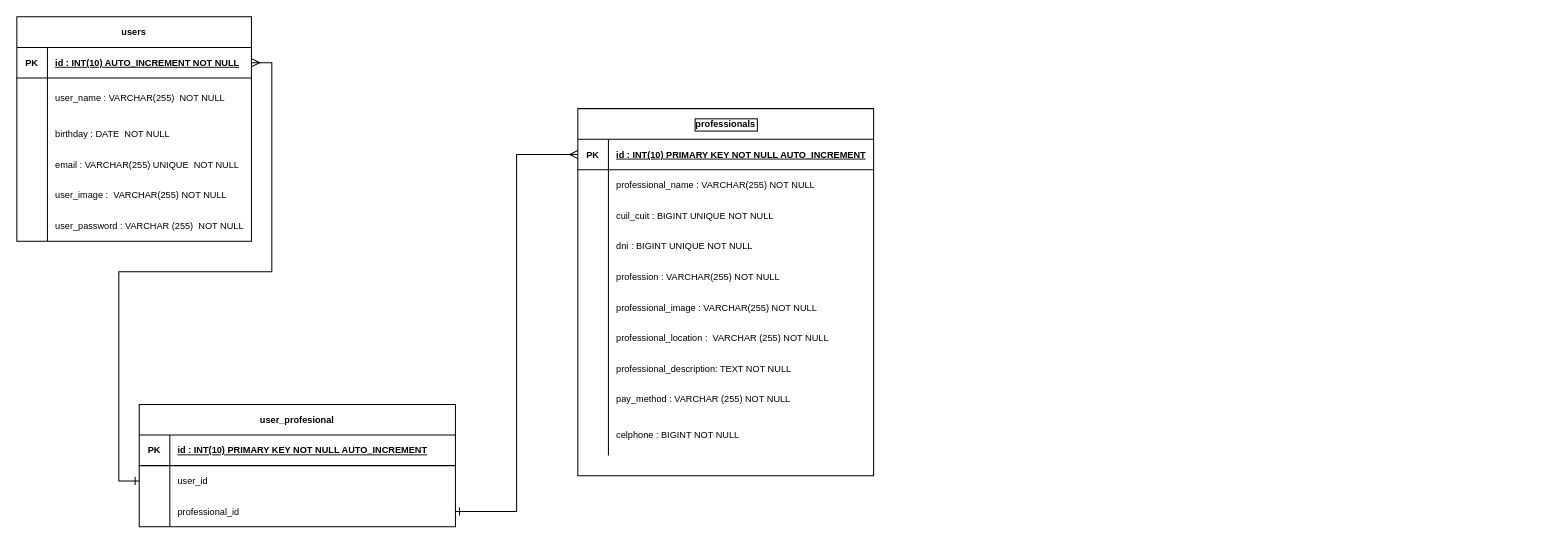
This is diagrama.drawio from 0621CDFSNCN12LAED/grupo-11, a draw.io file, before an edit. Source tidied: cells renumbered, new cells numbered last; positions are measured from the earlier drawing's top-left corner, leaving out a move shared by most shapes. Both pictures are drawn from the tidied source at 102%, with x=0, y=0 at pixel (16, 16).
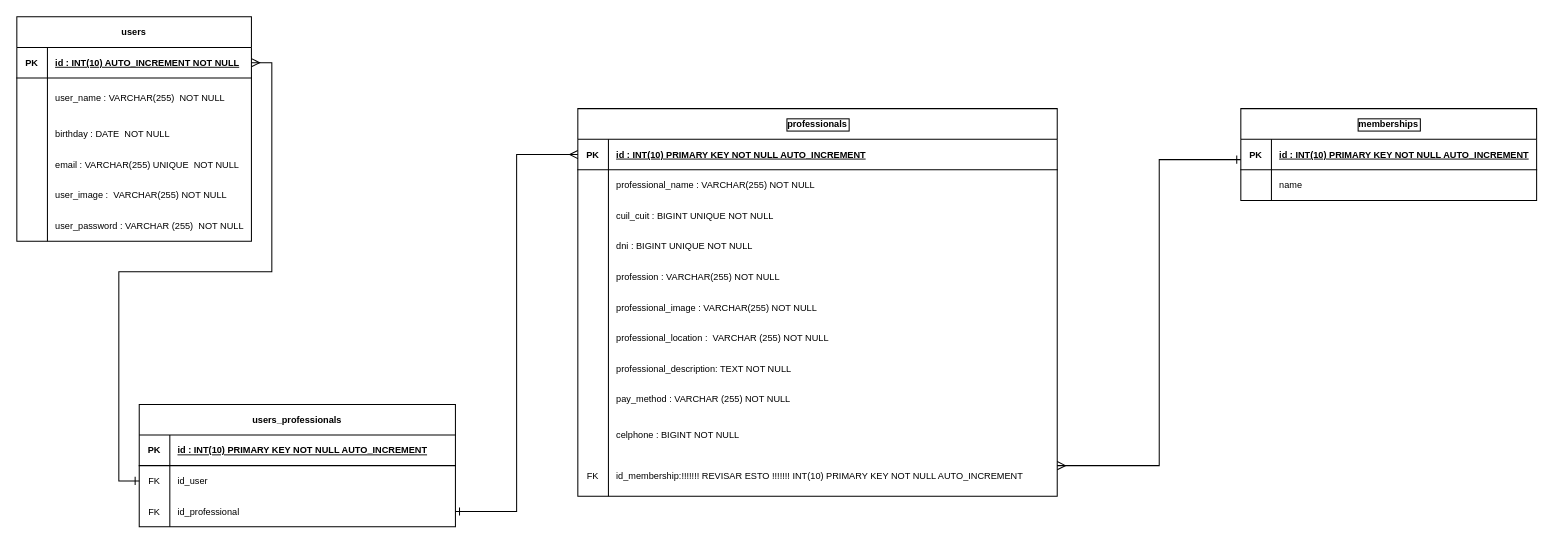
The same page after the edit.

Unchanged cells that the change refers to:
```xml
<mxCell id="56" style="shape=partialRectangle;fillColor=none;top=0;left=0;bottom=0;right=0;points=[[0,0.5],[1,0.5]];portConstraint=eastwest;fontSize=9;" parent="52" vertex="1">
  <mxGeometry y="60" width="310" height="30" as="geometry" />
</mxCell>
<mxCell id="59" style="shape=partialRectangle;fillColor=none;top=0;left=0;bottom=0;right=0;points=[[0,0.5],[1,0.5]];portConstraint=eastwest;fontSize=9;" parent="52" vertex="1">
  <mxGeometry y="90" width="310" height="30" as="geometry" />
</mxCell>
```

The edit, as a diff of the source:
```diff
@@
     <mxCell id="21" value="professionals" style="shape=table;startSize=30;childLayout=tableLayout;rowLines=0;fontStyle=1;align=center;labelBorderColor=#000000;fontSize=9;" parent="1" vertex="1">
-      <mxGeometry x="550" y="90" width="290" height="360" as="geometry" />
+      <mxGeometry x="550" y="90" width="470" height="380" as="geometry" />
     </mxCell>
     <mxCell id="22" style="shape=partialRectangle;fillColor=none;top=0;left=0;bottom=1;right=0;points=[[0,0.5],[1,0.5]];portConstraint=eastwest;fontSize=9;" parent="21" vertex="1">
-      <mxGeometry y="30" width="290" height="30" as="geometry" />
+      <mxGeometry y="30" width="470" height="30" as="geometry" />
     </mxCell>
@@
     <mxCell id="24" value="id : INT(10) PRIMARY KEY NOT NULL AUTO_INCREMENT" style="shape=partialRectangle;fillColor=none;top=0;left=0;bottom=0;right=0;align=left;spacingLeft=6;fontStyle=5;overflow=hidden;fontSize=9;" parent="22" vertex="1">
-      <mxGeometry x="30" width="260" height="30" as="geometry" />
+      <mxGeometry x="30" width="440" height="30" as="geometry" />
     </mxCell>
     <mxCell id="25" style="shape=partialRectangle;fillColor=none;top=0;left=0;bottom=0;right=0;fontSize=9;" parent="21" vertex="1">
-      <mxGeometry y="60" width="290" height="30" as="geometry" />
+      <mxGeometry y="60" width="470" height="30" as="geometry" />
     </mxCell>
@@
     <mxCell id="27" value="    professional_name : VARCHAR(255) NOT NULL" style="shape=partialRectangle;fillColor=none;top=0;left=0;bottom=0;right=0;align=left;spacingLeft=6;overflow=hidden;fontSize=9;" parent="25" vertex="1">
-      <mxGeometry x="30" width="260" height="30" as="geometry" />
+      <mxGeometry x="30" width="440" height="30" as="geometry" />
     </mxCell>
     <mxCell id="28" style="shape=partialRectangle;fillColor=none;top=0;left=0;bottom=0;right=0;fontSize=9;" parent="21" vertex="1">
-      <mxGeometry y="90" width="290" height="30" as="geometry" />
+      <mxGeometry y="90" width="470" height="30" as="geometry" />
     </mxCell>
@@
     <mxCell id="30" value="cuil_cuit : BIGINT UNIQUE NOT NULL" style="shape=partialRectangle;fillColor=none;top=0;left=0;bottom=0;right=0;align=left;spacingLeft=6;overflow=hidden;fontSize=9;" parent="28" vertex="1">
-      <mxGeometry x="30" width="260" height="30" as="geometry" />
+      <mxGeometry x="30" width="440" height="30" as="geometry" />
     </mxCell>
     <mxCell id="31" style="shape=partialRectangle;fillColor=none;top=0;left=0;bottom=0;right=0;fontSize=9;" parent="21" vertex="1">
-      <mxGeometry y="120" width="290" height="30" as="geometry" />
+      <mxGeometry y="120" width="470" height="30" as="geometry" />
     </mxCell>
@@
     <mxCell id="33" value="dni : BIGINT UNIQUE NOT NULL" style="shape=partialRectangle;fillColor=none;top=0;left=0;bottom=0;right=0;align=left;spacingLeft=6;overflow=hidden;fontSize=9;" parent="31" vertex="1">
-      <mxGeometry x="30" width="260" height="30" as="geometry" />
+      <mxGeometry x="30" width="440" height="30" as="geometry" />
     </mxCell>
     <mxCell id="34" style="shape=partialRectangle;fillColor=none;top=0;left=0;bottom=0;right=0;fontSize=9;" parent="21" vertex="1">
-      <mxGeometry y="150" width="290" height="30" as="geometry" />
+      <mxGeometry y="150" width="470" height="30" as="geometry" />
     </mxCell>
@@
     <mxCell id="36" value="profession : VARCHAR(255) NOT NULL" style="shape=partialRectangle;fillColor=none;top=0;left=0;bottom=0;right=0;align=left;spacingLeft=6;overflow=hidden;fontSize=9;" parent="34" vertex="1">
-      <mxGeometry x="30" width="260" height="30" as="geometry" />
+      <mxGeometry x="30" width="440" height="30" as="geometry" />
     </mxCell>
     <mxCell id="37" style="shape=partialRectangle;fillColor=none;top=0;left=0;bottom=0;right=0;fontSize=9;" parent="21" vertex="1">
-      <mxGeometry y="180" width="290" height="30" as="geometry" />
+      <mxGeometry y="180" width="470" height="30" as="geometry" />
     </mxCell>
@@
     <mxCell id="39" value="professional_image : VARCHAR(255) NOT NULL " style="shape=partialRectangle;fillColor=none;top=0;left=0;bottom=0;right=0;align=left;spacingLeft=6;overflow=hidden;fontSize=9;" parent="37" vertex="1">
-      <mxGeometry x="30" width="260" height="30" as="geometry" />
+      <mxGeometry x="30" width="440" height="30" as="geometry" />
     </mxCell>
     <mxCell id="40" style="shape=partialRectangle;fillColor=none;top=0;left=0;bottom=0;right=0;fontSize=9;" parent="21" vertex="1">
-      <mxGeometry y="210" width="290" height="30" as="geometry" />
+      <mxGeometry y="210" width="470" height="30" as="geometry" />
     </mxCell>
@@
     <mxCell id="42" value="professional_location :  VARCHAR (255) NOT NULL" style="shape=partialRectangle;fillColor=none;top=0;left=0;bottom=0;right=0;align=left;spacingLeft=6;overflow=hidden;fontSize=9;" parent="40" vertex="1">
-      <mxGeometry x="30" width="260" height="30" as="geometry" />
+      <mxGeometry x="30" width="440" height="30" as="geometry" />
     </mxCell>
     <mxCell id="43" style="shape=partialRectangle;fillColor=none;top=0;left=0;bottom=0;right=0;fontSize=9;" parent="21" vertex="1">
-      <mxGeometry y="240" width="290" height="30" as="geometry" />
+      <mxGeometry y="240" width="470" height="30" as="geometry" />
     </mxCell>
@@
     <mxCell id="45" value="professional_description: TEXT NOT NULL" style="shape=partialRectangle;fillColor=none;top=0;left=0;bottom=0;right=0;align=left;spacingLeft=6;overflow=hidden;fontSize=9;" parent="43" vertex="1">
-      <mxGeometry x="30" width="260" height="30" as="geometry" />
+      <mxGeometry x="30" width="440" height="30" as="geometry" />
     </mxCell>
     <mxCell id="46" style="shape=partialRectangle;fillColor=none;top=0;left=0;bottom=0;right=0;fontSize=9;" parent="21" vertex="1">
-      <mxGeometry y="270" width="290" height="30" as="geometry" />
+      <mxGeometry y="270" width="470" height="30" as="geometry" />
     </mxCell>
@@
     <mxCell id="48" value="pay_method : VARCHAR (255) NOT NULL" style="shape=partialRectangle;fillColor=none;top=0;left=0;bottom=0;right=0;align=left;spacingLeft=6;overflow=hidden;fontSize=9;" parent="46" vertex="1">
-      <mxGeometry x="30" width="260" height="30" as="geometry" />
+      <mxGeometry x="30" width="440" height="30" as="geometry" />
     </mxCell>
     <mxCell id="49" style="shape=partialRectangle;fillColor=none;top=0;left=0;bottom=0;right=0;fontSize=9;" parent="21" vertex="1">
-      <mxGeometry y="300" width="290" height="40" as="geometry" />
+      <mxGeometry y="300" width="470" height="40" as="geometry" />
     </mxCell>
@@
     <mxCell id="51" value="celphone : BIGINT NOT NULL" style="shape=partialRectangle;fillColor=none;top=0;left=0;bottom=0;right=0;align=left;spacingLeft=6;overflow=hidden;fontSize=9;" parent="49" vertex="1">
-      <mxGeometry x="30" width="260" height="40" as="geometry" />
+      <mxGeometry x="30" width="440" height="40" as="geometry" />
     </mxCell>
+    <mxCell id="64" style="shape=partialRectangle;fillColor=none;top=0;left=0;bottom=0;right=0;fontSize=9;" parent="21" vertex="1">
+      <mxGeometry y="340" width="470" height="40" as="geometry" />
+    </mxCell>
+    <mxCell id="65" value="FK" style="shape=partialRectangle;fillColor=none;top=0;left=0;bottom=0;right=0;overflow=hidden;fontSize=9;" parent="64" vertex="1">
+      <mxGeometry width="30" height="40" as="geometry" />
+    </mxCell>
+    <mxCell id="66" value="id_membership:!!!!!!! REVISAR ESTO !!!!!!! INT(10) PRIMARY KEY NOT NULL AUTO_INCREMENT" style="shape=partialRectangle;fillColor=none;top=0;left=0;bottom=0;right=0;align=left;spacingLeft=6;overflow=hidden;fontSize=9;" parent="64" vertex="1">
+      <mxGeometry x="30" width="440" height="40" as="geometry" />
+    </mxCell>
-    <mxCell id="52" value="user_profesional" style="shape=table;startSize=30;childLayout=tableLayout;rowLines=0;fontStyle=1;align=center;fontSize=9;" parent="1" vertex="1">
+    <mxCell id="52" value="users_professionals" style="shape=table;startSize=30;childLayout=tableLayout;rowLines=0;fontStyle=1;align=center;fontSize=9;" parent="1" vertex="1">
       <mxGeometry x="120" y="380" width="310" height="120" as="geometry" />
     </mxCell>
@@
-    <mxCell id="57" style="shape=partialRectangle;fillColor=none;top=0;left=0;bottom=0;right=0;overflow=hidden;fontSize=9;" parent="56" vertex="1">
+    <mxCell id="57" value="FK" style="shape=partialRectangle;fillColor=none;top=0;left=0;bottom=0;right=0;overflow=hidden;fontSize=9;" parent="56" vertex="1">
       <mxGeometry width="30" height="30" as="geometry" />
     </mxCell>
-    <mxCell id="58" value="user_id" style="shape=partialRectangle;fillColor=none;top=0;left=0;bottom=0;right=0;align=left;spacingLeft=6;overflow=hidden;fontSize=9;" parent="56" vertex="1">
+    <mxCell id="58" value="id_user" style="shape=partialRectangle;fillColor=none;top=0;left=0;bottom=0;right=0;align=left;spacingLeft=6;overflow=hidden;fontSize=9;" parent="56" vertex="1">
       <mxGeometry x="30" width="280" height="30" as="geometry" />
     </mxCell>
@@
-    <mxCell id="60" style="shape=partialRectangle;fillColor=none;top=0;left=0;bottom=0;right=0;overflow=hidden;fontSize=9;" parent="59" vertex="1">
+    <mxCell id="60" value="FK" style="shape=partialRectangle;fillColor=none;top=0;left=0;bottom=0;right=0;overflow=hidden;fontSize=9;" parent="59" vertex="1">
       <mxGeometry width="30" height="30" as="geometry" />
     </mxCell>
-    <mxCell id="61" value="professional_id" style="shape=partialRectangle;fillColor=none;top=0;left=0;bottom=0;right=0;align=left;spacingLeft=6;overflow=hidden;fontSize=9;" parent="59" vertex="1">
+    <mxCell id="61" value="id_professional" style="shape=partialRectangle;fillColor=none;top=0;left=0;bottom=0;right=0;align=left;spacingLeft=6;overflow=hidden;fontSize=9;" parent="59" vertex="1">
       <mxGeometry x="30" width="280" height="30" as="geometry" />
     </mxCell>
@@
+    <mxCell id="67" value="memberships" style="shape=table;startSize=30;childLayout=tableLayout;rowLines=0;fontStyle=1;align=center;labelBorderColor=#000000;fontSize=9;" parent="1" vertex="1">
+      <mxGeometry x="1200" y="90" width="290" height="90" as="geometry" />
+    </mxCell>
+    <mxCell id="68" style="shape=partialRectangle;fillColor=none;top=0;left=0;bottom=1;right=0;fontSize=9;" parent="67" vertex="1">
+      <mxGeometry y="30" width="290" height="30" as="geometry" />
+    </mxCell>
+    <mxCell id="69" value="PK" style="shape=partialRectangle;fillColor=none;top=0;left=0;bottom=0;right=0;fontStyle=1;overflow=hidden;fontSize=9;" parent="68" vertex="1">
+      <mxGeometry width="30" height="30" as="geometry" />
+    </mxCell>
+    <mxCell id="70" value="id : INT(10) PRIMARY KEY NOT NULL AUTO_INCREMENT" style="shape=partialRectangle;fillColor=none;top=0;left=0;bottom=0;right=0;align=left;spacingLeft=6;fontStyle=5;overflow=hidden;fontSize=9;" parent="68" vertex="1">
+      <mxGeometry x="30" width="260" height="30" as="geometry" />
+    </mxCell>
+    <mxCell id="71" style="shape=partialRectangle;fillColor=none;top=0;left=0;bottom=0;right=0;fontSize=9;" parent="67" vertex="1">
+      <mxGeometry y="60" width="290" height="30" as="geometry" />
+    </mxCell>
+    <mxCell id="72" style="shape=partialRectangle;fillColor=none;top=0;left=0;bottom=0;right=0;overflow=hidden;fontSize=9;" parent="71" vertex="1">
+      <mxGeometry width="30" height="30" as="geometry" />
+    </mxCell>
+    <mxCell id="73" value="    name" style="shape=partialRectangle;fillColor=none;top=0;left=0;bottom=0;right=0;align=left;spacingLeft=6;overflow=hidden;fontSize=9;" parent="71" vertex="1">
+      <mxGeometry x="30" width="260" height="30" as="geometry" />
+    </mxCell>
+    <mxCell id="74" style="edgeStyle=orthogonalEdgeStyle;rounded=0;orthogonalLoop=1;jettySize=auto;html=1;endArrow=ERmany;endFill=0;startArrow=ERone;startFill=0;" parent="1" edge="1">
+      <mxGeometry relative="1" as="geometry">
+        <mxPoint x="1200" y="140" as="sourcePoint" />
+        <mxPoint x="1020" y="440" as="targetPoint" />
+        <Array as="points">
+          <mxPoint x="1120" y="140" />
+          <mxPoint x="1120" y="440" />
+        </Array>
+      </mxGeometry>
+    </mxCell>
```
